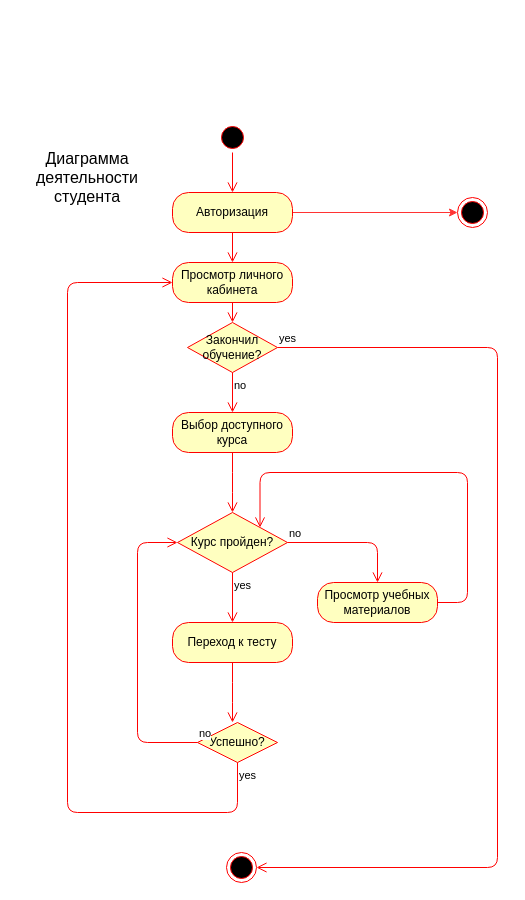
Earlier version of the draw.io diagram page "Activity - student" (2 of 13) of UML.drawio (FaridunSalimzoda/myvkr). Source tidied: cells renumbered, new cells numbered last; positions are measured from the earlier drawing's top-left corner, leaving out a move shared by most shapes. Both pictures are drawn from the tidied source at 100%, with x=0, y=0 at pixel (17, 122).
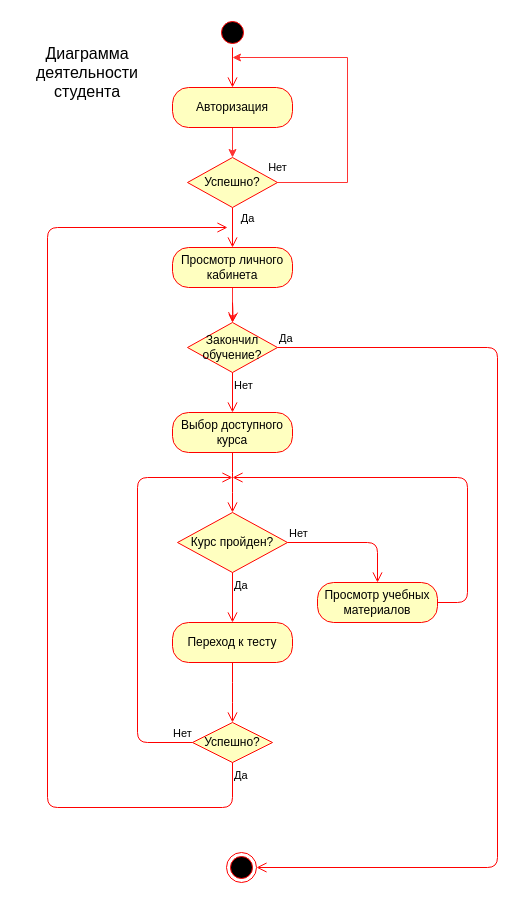
Above is the later version.

The change refers to these unchanged cells:
```xml
<mxCell id="9" value="Выбор доступного курса" style="rounded=1;whiteSpace=wrap;html=1;arcSize=40;fontColor=#000000;fillColor=#ffffc0;strokeColor=#ff0000;" parent="1" vertex="1">
  <mxGeometry x="155" y="290" width="120" height="40" as="geometry" />
</mxCell>
<mxCell id="11" value="Курс пройден?" style="rhombus;whiteSpace=wrap;html=1;fillColor=#ffffc0;strokeColor=#ff0000;" parent="1" vertex="1">
  <mxGeometry x="160" y="390" width="110" height="60" as="geometry" />
</mxCell>
<mxCell id="14" value="Просмотр учебных материалов" style="rounded=1;whiteSpace=wrap;html=1;arcSize=40;fontColor=#000000;fillColor=#ffffc0;strokeColor=#ff0000;" parent="1" vertex="1">
  <mxGeometry x="300" y="460" width="120" height="40" as="geometry" />
</mxCell>
<mxCell id="16" value="Переход к тесту" style="rounded=1;whiteSpace=wrap;html=1;arcSize=40;fontColor=#000000;fillColor=#ffffc0;strokeColor=#ff0000;" parent="1" vertex="1">
  <mxGeometry x="155" y="500" width="120" height="40" as="geometry" />
</mxCell>
<mxCell id="22" style="ellipse;html=1;shape=endState;fillColor=#000000;strokeColor=#ff0000;" parent="1" vertex="1">
  <mxGeometry x="209" y="730" width="30" height="30" as="geometry" />
</mxCell>
<mxCell id="23" value="Закончил обучение?" style="rhombus;whiteSpace=wrap;html=1;fillColor=#ffffc0;strokeColor=#ff0000;" parent="1" vertex="1">
  <mxGeometry x="170" y="200" width="90" height="50" as="geometry" />
</mxCell>
```

Diff of the diagram source:
```diff
@@
     <mxCell id="2" style="ellipse;html=1;shape=startState;fillColor=#000000;strokeColor=#ff0000;" parent="1" vertex="1">
-      <mxGeometry x="200" width="30" height="30" as="geometry" />
+      <mxGeometry x="200" y="-105" width="30" height="30" as="geometry" />
     </mxCell>
@@
-    <mxCell id="4" style="edgeStyle=orthogonalEdgeStyle;rounded=0;jettySize=auto;html=1;exitX=1;exitY=0.5;exitDx=0;exitDy=0;strokeColor=#FF3333;" parent="1" edge="1" source="5">
-      <mxGeometry relative="1" as="geometry">
-        <mxPoint x="440" y="90" as="targetPoint" />
-      </mxGeometry>
-    </mxCell>
+    <mxCell id="27" style="edgeStyle=orthogonalEdgeStyle;rounded=0;jettySize=auto;html=1;exitX=0.5;exitY=1;exitDx=0;exitDy=0;entryX=0.5;entryY=0;entryDx=0;entryDy=0;strokeColor=#FF3333;" parent="1" edge="1" source="5" target="30">
+      <mxGeometry relative="1" as="geometry" />
+    </mxCell>
     <mxCell id="5" value="Авторизация" style="rounded=1;whiteSpace=wrap;html=1;arcSize=40;fontColor=#000000;fillColor=#ffffc0;strokeColor=#ff0000;" parent="1" vertex="1">
-      <mxGeometry x="155" y="70" width="120" height="40" as="geometry" />
+      <mxGeometry x="155" y="-35" width="120" height="40" as="geometry" />
     </mxCell>
-    <mxCell id="6" style="edgeStyle=orthogonalEdgeStyle;html=1;verticalAlign=bottom;endArrow=open;endSize=8;strokeColor=#ff0000;entryX=0.5;entryY=0;entryDx=0;entryDy=0;" parent="1" edge="1" source="5" target="7">
-      <mxGeometry relative="1" as="geometry" />
+    <mxCell id="6" value="Да" style="edgeStyle=orthogonalEdgeStyle;html=1;verticalAlign=bottom;endArrow=open;endSize=8;strokeColor=#ff0000;startArrow=none;" parent="1" edge="1" source="30">
+      <mxGeometry y="15" relative="1" as="geometry">
+        <mxPoint x="215" y="125" as="targetPoint" />
+        <Array as="points">
+          <mxPoint x="215" y="60" />
+        </Array>
+      </mxGeometry>
     </mxCell>
+    <mxCell id="28" value="Нет" style="edgeStyle=orthogonalEdgeStyle;rounded=0;jettySize=auto;html=1;exitX=1;exitY=0.5;exitDx=0;exitDy=0;strokeColor=#FF3333;" parent="1" edge="1" source="30">
+      <mxGeometry x="-1" y="15" relative="1" as="geometry">
+        <mxPoint x="215" y="-65" as="targetPoint" />
+        <Array as="points">
+          <mxPoint x="330" y="60" />
+          <mxPoint x="330" y="-65" />
+        </Array>
+      </mxGeometry>
+    </mxCell>
+    <mxCell id="29" style="edgeStyle=orthogonalEdgeStyle;rounded=0;jettySize=auto;html=1;exitX=0.5;exitY=1;exitDx=0;exitDy=0;entryX=0.5;entryY=0;entryDx=0;entryDy=0;strokeColor=#FF3333;" parent="1" edge="1" source="7" target="23">
+      <mxGeometry relative="1" as="geometry" />
+    </mxCell>
     <mxCell id="7" value="Просмотр личного кабинета" style="rounded=1;whiteSpace=wrap;html=1;arcSize=40;fontColor=#000000;fillColor=#ffffc0;strokeColor=#ff0000;" parent="1" vertex="1">
-      <mxGeometry x="155" y="140" width="120" height="40" as="geometry" />
+      <mxGeometry x="155" y="125" width="120" height="40" as="geometry" />
     </mxCell>
-    <mxCell id="8" style="edgeStyle=orthogonalEdgeStyle;html=1;verticalAlign=bottom;endArrow=open;endSize=8;strokeColor=#ff0000;entryX=0.5;entryY=0;entryDx=0;entryDy=0;" parent="1" edge="1" source="7" target="23">
-      <mxGeometry relative="1" as="geometry" />
+    <mxCell id="8" style="edgeStyle=orthogonalEdgeStyle;html=1;verticalAlign=bottom;endArrow=open;endSize=8;strokeColor=#ff0000;entryX=0.5;entryY=0;entryDx=0;entryDy=0;" parent="1" edge="1" target="23">
+      <mxGeometry relative="1" as="geometry">
+        <mxPoint x="215" y="180" as="sourcePoint" />
+      </mxGeometry>
     </mxCell>
@@
-    <mxCell id="12" value="no" style="edgeStyle=orthogonalEdgeStyle;html=1;align=left;verticalAlign=bottom;endArrow=open;endSize=8;strokeColor=#ff0000;entryX=0.5;entryY=0;entryDx=0;entryDy=0;" parent="1" edge="1" source="11" target="14">
+    <mxCell id="12" value="Нет" style="edgeStyle=orthogonalEdgeStyle;html=1;align=left;verticalAlign=bottom;endArrow=open;endSize=8;strokeColor=#ff0000;entryX=0.5;entryY=0;entryDx=0;entryDy=0;" parent="1" edge="1" source="11" target="14">
       <mxGeometry x="-1" relative="1" as="geometry" />
     </mxCell>
-    <mxCell id="13" value="yes" style="edgeStyle=orthogonalEdgeStyle;html=1;align=left;verticalAlign=top;endArrow=open;endSize=8;strokeColor=#ff0000;entryX=0.5;entryY=0;entryDx=0;entryDy=0;" parent="1" edge="1" source="11" target="16">
+    <mxCell id="13" value="Да" style="edgeStyle=orthogonalEdgeStyle;html=1;align=left;verticalAlign=top;endArrow=open;endSize=8;strokeColor=#ff0000;entryX=0.5;entryY=0;entryDx=0;entryDy=0;" parent="1" edge="1" source="11" target="16">
       <mxGeometry x="-1" relative="1" as="geometry" />
     </mxCell>
@@
-    <mxCell id="15" style="edgeStyle=orthogonalEdgeStyle;html=1;verticalAlign=bottom;endArrow=open;endSize=8;strokeColor=#ff0000;entryX=1;entryY=0;entryDx=0;entryDy=0;" parent="1" edge="1" source="14" target="11">
+    <mxCell id="15" style="edgeStyle=orthogonalEdgeStyle;html=1;verticalAlign=bottom;endArrow=open;endSize=8;strokeColor=#ff0000;" parent="1" edge="1" source="14">
       <mxGeometry relative="1" as="geometry">
+        <mxPoint x="215" y="355" as="targetPoint" />
         <Array as="points">
           <mxPoint x="450" y="480" />
-          <mxPoint x="450" y="350" />
-          <mxPoint x="243" y="350" />
+          <mxPoint x="450" y="355" />
         </Array>
       </mxGeometry>
     </mxCell>
@@
     <mxCell id="18" value="Успешно?" style="rhombus;whiteSpace=wrap;html=1;fillColor=#ffffc0;strokeColor=#ff0000;" parent="1" vertex="1">
-      <mxGeometry x="180" y="600" width="80" height="40" as="geometry" />
+      <mxGeometry x="175" y="600" width="80" height="40" as="geometry" />
     </mxCell>
-    <mxCell id="19" value="no" style="edgeStyle=orthogonalEdgeStyle;html=1;align=left;verticalAlign=bottom;endArrow=open;endSize=8;strokeColor=#ff0000;exitX=0;exitY=0.5;exitDx=0;exitDy=0;entryX=0;entryY=0.5;entryDx=0;entryDy=0;" parent="1" edge="1" source="18" target="11">
-      <mxGeometry x="-1" relative="1" as="geometry">
+    <mxCell id="19" value="Нет" style="edgeStyle=orthogonalEdgeStyle;html=1;align=left;verticalAlign=bottom;endArrow=open;endSize=8;strokeColor=#ff0000;exitX=0;exitY=0.5;exitDx=0;exitDy=0;" parent="1" edge="1" source="18">
+      <mxGeometry x="-0.9" relative="1" as="geometry">
+        <mxPoint x="215" y="355" as="targetPoint" />
         <Array as="points">
           <mxPoint x="120" y="620" />
-          <mxPoint x="120" y="420" />
+          <mxPoint x="120" y="355" />
         </Array>
       </mxGeometry>
     </mxCell>
-    <mxCell id="20" value="yes" style="edgeStyle=orthogonalEdgeStyle;html=1;align=left;verticalAlign=top;endArrow=open;endSize=8;strokeColor=#ff0000;exitX=0.5;exitY=1;exitDx=0;exitDy=0;entryX=0;entryY=0.5;entryDx=0;entryDy=0;" parent="1" edge="1" source="18" target="7">
+    <mxCell id="20" value="Да" style="edgeStyle=orthogonalEdgeStyle;html=1;align=left;verticalAlign=top;endArrow=open;endSize=8;strokeColor=#ff0000;exitX=0.5;exitY=1;exitDx=0;exitDy=0;" parent="1" edge="1" source="18">
       <mxGeometry x="-1" relative="1" as="geometry">
+        <mxPoint x="210" y="105" as="targetPoint" />
         <Array as="points">
-          <mxPoint x="220" y="690" />
-          <mxPoint x="50" y="690" />
-          <mxPoint x="50" y="160" />
+          <mxPoint x="215" y="685" />
+          <mxPoint x="30" y="685" />
+          <mxPoint x="30" y="105" />
         </Array>
       </mxGeometry>
     </mxCell>
     <mxCell id="21" value="&lt;font style=&quot;font-size: 16px&quot;&gt;Диаграмма деятельности студента&lt;/font&gt;" style="text;html=1;strokeColor=none;fillColor=none;align=center;verticalAlign=middle;whiteSpace=wrap;rounded=0;" parent="1" vertex="1">
-      <mxGeometry y="10" width="140" height="90" as="geometry" />
+      <mxGeometry y="-95" width="140" height="90" as="geometry" />
     </mxCell>
@@
-    <mxCell id="24" value="yes" style="edgeStyle=orthogonalEdgeStyle;html=1;align=left;verticalAlign=bottom;endArrow=open;endSize=8;strokeColor=#ff0000;entryX=1;entryY=0.5;entryDx=0;entryDy=0;" parent="1" edge="1" source="23" target="22">
+    <mxCell id="24" value="Да" style="edgeStyle=orthogonalEdgeStyle;html=1;align=left;verticalAlign=bottom;endArrow=open;endSize=8;strokeColor=#ff0000;entryX=1;entryY=0.5;entryDx=0;entryDy=0;" parent="1" edge="1" source="23" target="22">
       <mxGeometry x="-1" relative="1" as="geometry">
         <Array as="points">
           <mxPoint x="480" y="225" />
           <mxPoint x="480" y="745" />
         </Array>
       </mxGeometry>
     </mxCell>
-    <mxCell id="25" value="no" style="edgeStyle=orthogonalEdgeStyle;html=1;align=left;verticalAlign=top;endArrow=open;endSize=8;strokeColor=#ff0000;entryX=0.5;entryY=0;entryDx=0;entryDy=0;" parent="1" edge="1" source="23" target="9">
+    <mxCell id="25" value="Нет" style="edgeStyle=orthogonalEdgeStyle;html=1;align=left;verticalAlign=top;endArrow=open;endSize=8;strokeColor=#ff0000;entryX=0.5;entryY=0;entryDx=0;entryDy=0;" parent="1" edge="1" source="23" target="9">
       <mxGeometry x="-1" relative="1" as="geometry" />
     </mxCell>
-    <mxCell id="26" style="ellipse;html=1;shape=endState;fillColor=#000000;strokeColor=#ff0000;" parent="1" vertex="1">
-      <mxGeometry x="440" y="75" width="30" height="30" as="geometry" />
-    </mxCell>
+    <mxCell id="30" value="Успешно?" style="rhombus;whiteSpace=wrap;html=1;fillColor=#ffffc0;strokeColor=#ff0000;" parent="1" vertex="1">
+      <mxGeometry x="170" y="35" width="90" height="50" as="geometry" />
+    </mxCell>
```
